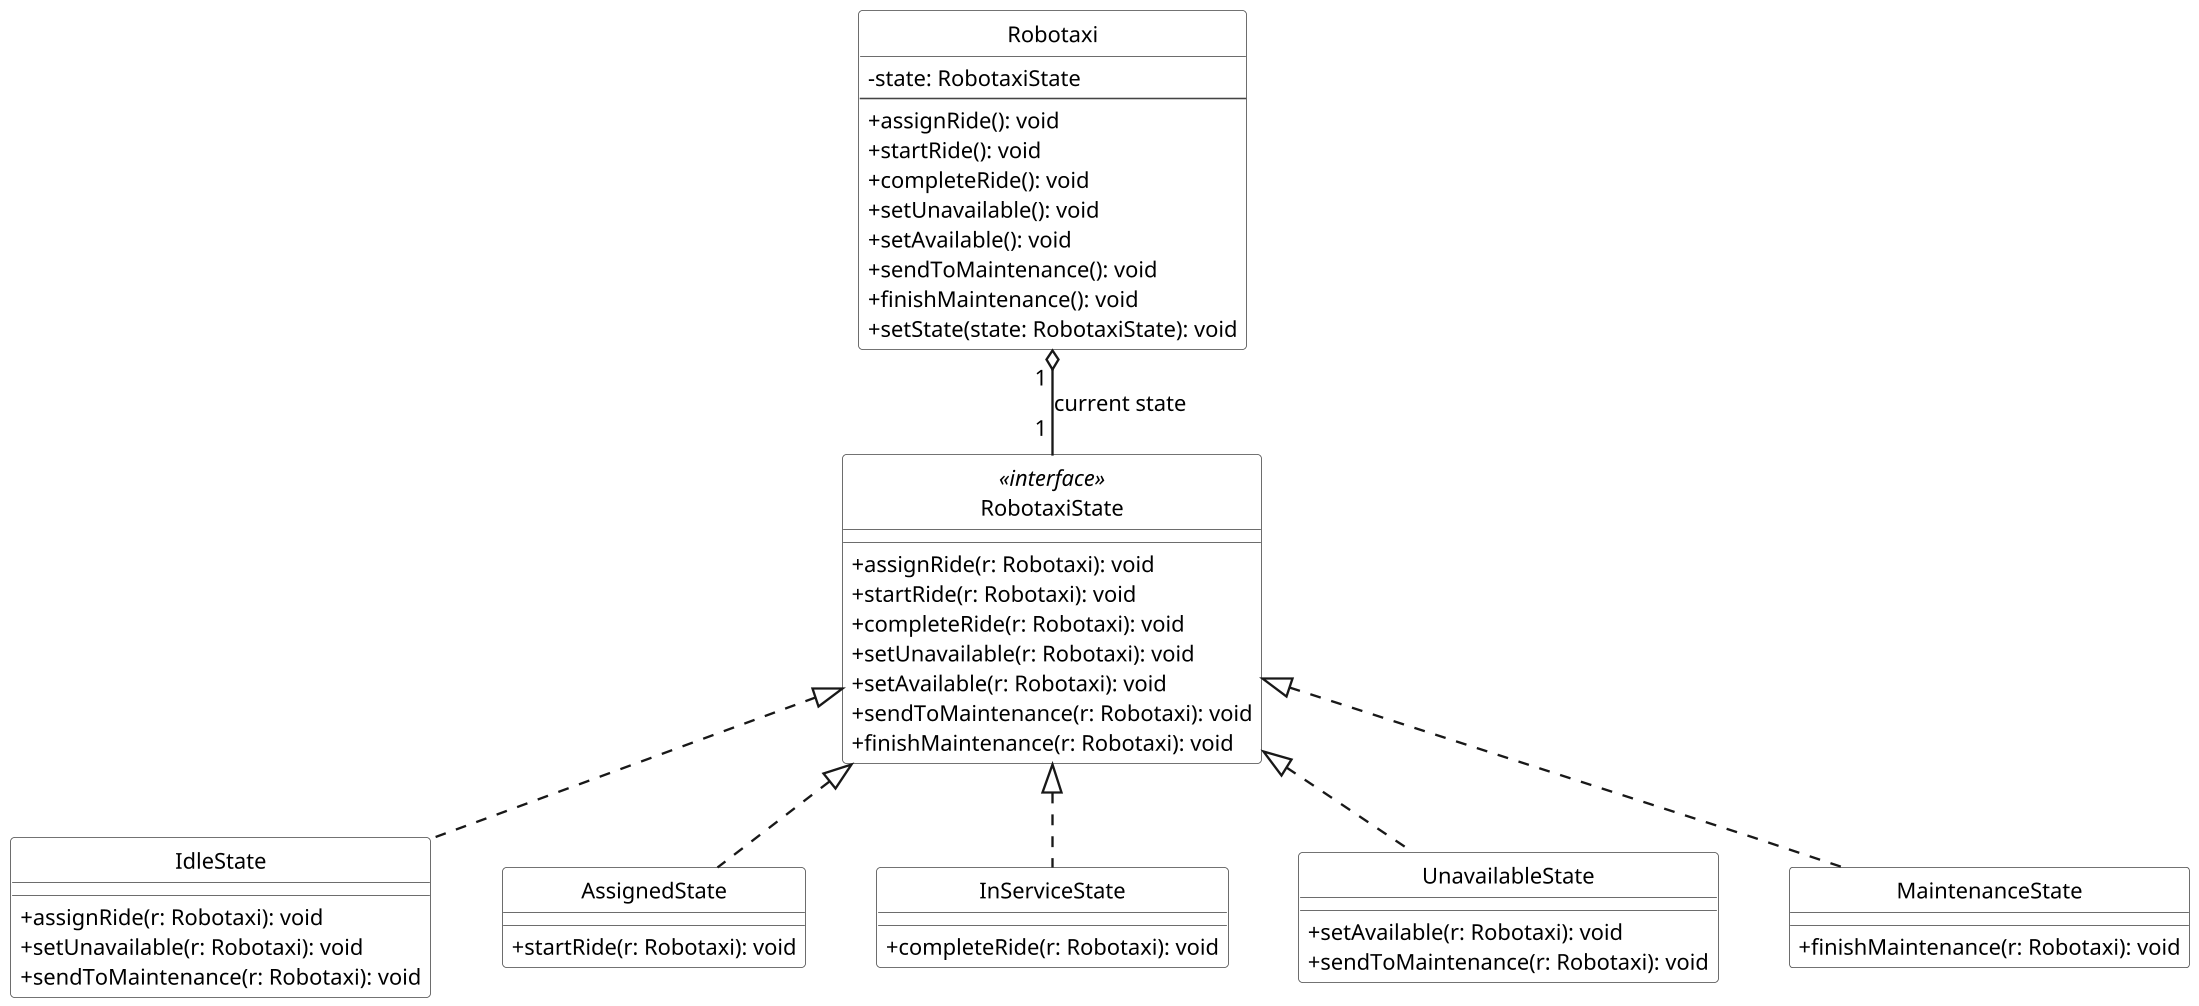
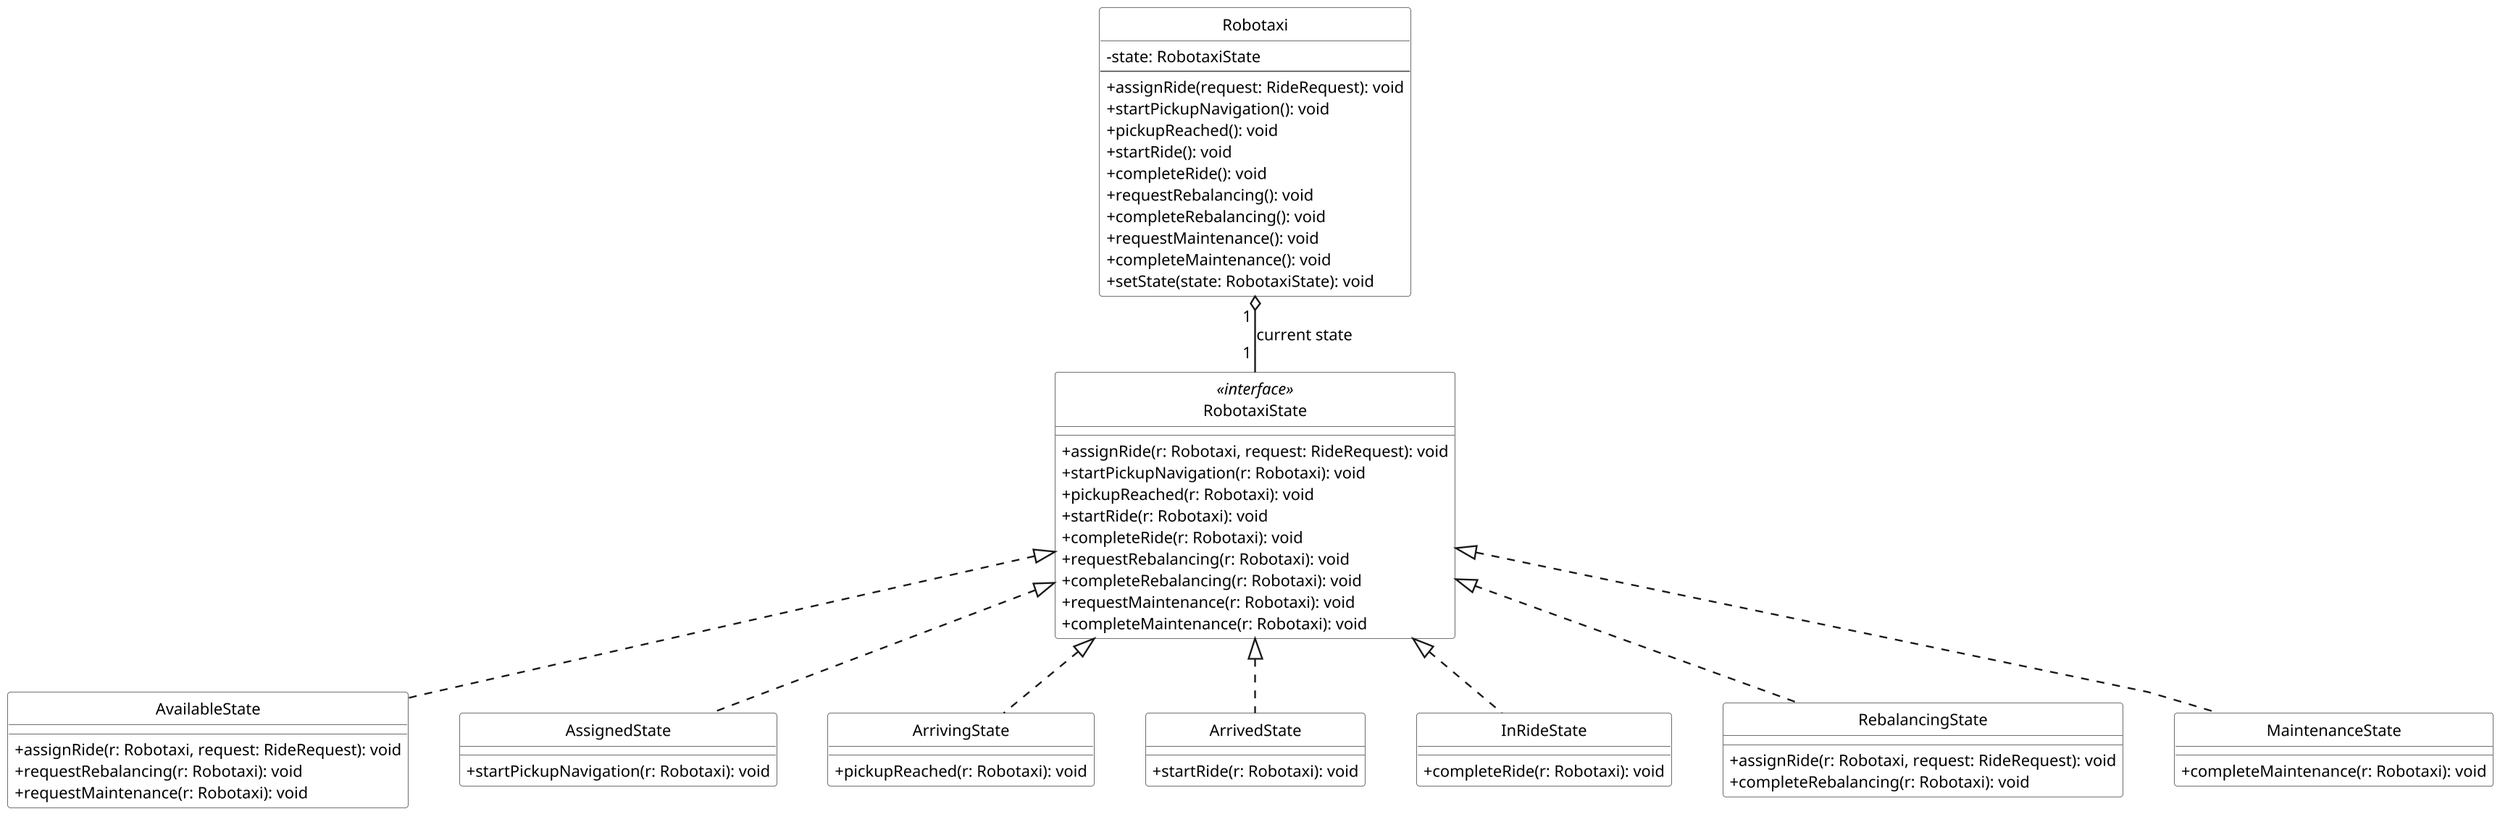
@startuml

skinparam backgroundColor white
skinparam shadowing false
skinparam defaultFontName Arial
skinparam defaultFontSize 14
skinparam dpi 150
skinparam maxMessageSize 90
skinparam classAttributeIconSize 0
skinparam linetype polyline
skinparam nodesep 45
skinparam ranksep 45
skinparam ArrowThickness 1.5

skinparam class {
    BackgroundColor white
    BorderColor #444444
    FontColor black
    HeaderBackgroundColor white
}

hide circle
top to bottom direction

class Robotaxi {
    - state: RobotaxiState
    --
-     + assignRide(): void
+     + assignRide(request: RideRequest): void
+     + startPickupNavigation(): void
+     + pickupReached(): void
    + startRide(): void
    + completeRide(): void
-     + setUnavailable(): void
-     + setAvailable(): void
-     + sendToMaintenance(): void
-     + finishMaintenance(): void
+     + requestRebalancing(): void
+     + completeRebalancing(): void
+     + requestMaintenance(): void
+     + completeMaintenance(): void
    + setState(state: RobotaxiState): void
}

class RobotaxiState <<interface>> {
-     + assignRide(r: Robotaxi): void
+     + assignRide(r: Robotaxi, request: RideRequest): void
+     + startPickupNavigation(r: Robotaxi): void
+     + pickupReached(r: Robotaxi): void
    + startRide(r: Robotaxi): void
    + completeRide(r: Robotaxi): void
-     + setUnavailable(r: Robotaxi): void
-     + setAvailable(r: Robotaxi): void
-     + sendToMaintenance(r: Robotaxi): void
-     + finishMaintenance(r: Robotaxi): void
+     + requestRebalancing(r: Robotaxi): void
+     + completeRebalancing(r: Robotaxi): void
+     + requestMaintenance(r: Robotaxi): void
+     + completeMaintenance(r: Robotaxi): void
}

- class IdleState {
-     + assignRide(r: Robotaxi): void
-     + setUnavailable(r: Robotaxi): void
-     + sendToMaintenance(r: Robotaxi): void
+ class AvailableState {
+     + assignRide(r: Robotaxi, request: RideRequest): void
+     + requestRebalancing(r: Robotaxi): void
+     + requestMaintenance(r: Robotaxi): void
}

class AssignedState {
+     + startPickupNavigation(r: Robotaxi): void
+ }
+ 
+ class ArrivingState {
+     + pickupReached(r: Robotaxi): void
+ }
+ 
+ class ArrivedState {
    + startRide(r: Robotaxi): void
}

- class InServiceState {
+ class InRideState {
    + completeRide(r: Robotaxi): void
}

- class UnavailableState {
-     + setAvailable(r: Robotaxi): void
-     + sendToMaintenance(r: Robotaxi): void
+ class RebalancingState {
+     + assignRide(r: Robotaxi, request: RideRequest): void
+     + completeRebalancing(r: Robotaxi): void
}

class MaintenanceState {
-     + finishMaintenance(r: Robotaxi): void
+     + completeMaintenance(r: Robotaxi): void
}

Robotaxi "1 " o-- "1 " RobotaxiState : current state

- RobotaxiState <|.. IdleState
+ RobotaxiState <|.. AvailableState
RobotaxiState <|.. AssignedState
- RobotaxiState <|.. InServiceState
- RobotaxiState <|.. UnavailableState
+ RobotaxiState <|.. ArrivingState
+ RobotaxiState <|.. ArrivedState
+ RobotaxiState <|.. InRideState
+ RobotaxiState <|.. RebalancingState
RobotaxiState <|.. MaintenanceState

- @enduml+ @enduml
